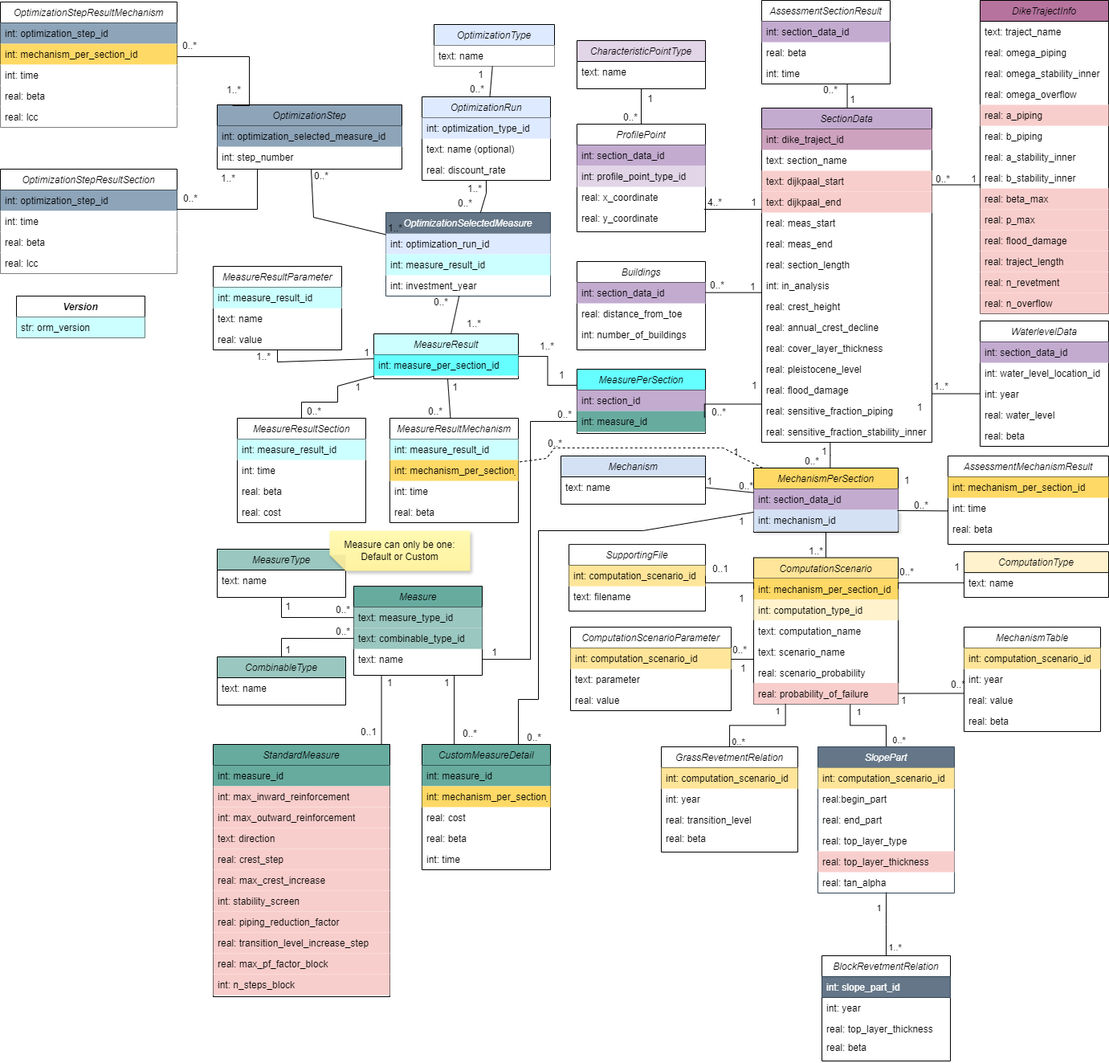
Above: docs/db_diagram/vrtool_sql_input.drawio.png in Deltares/Veiligheidsrendement (draw.io), before the change. Source tidied: cells renumbered, new cells last; positions are measured from the earlier drawing's top-left corner, leaving out a move shared by most shapes.
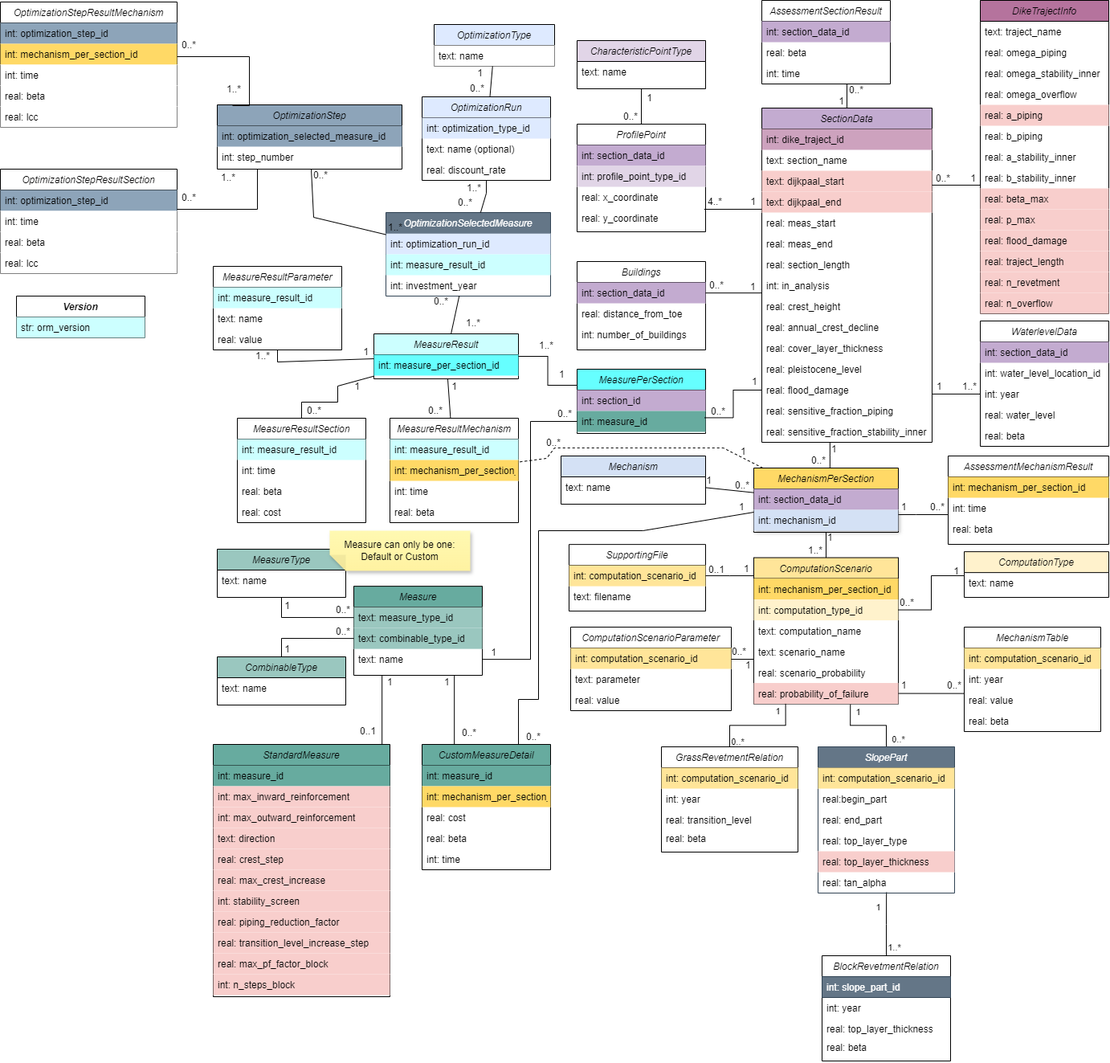
After the change.

Change to the diagram source:
```diff
@@ -176,12 +176,12 @@
     <mxCell id="59" value="real: probability_of_failure" style="text;align=left;verticalAlign=top;spacingLeft=4;spacingRight=4;overflow=hidden;points=[[0,0.5],[1,0.5]];portConstraint=eastwest;rounded=0;shadow=0;html=0;fillColor=#F8CECC;" parent="53" vertex="1">
       <mxGeometry y="156" width="180" height="26" as="geometry" />
     </mxCell>
-    <mxCell id="60" style="endArrow=none;html=1;rounded=0;entryX=0.992;entryY=0.324;entryDx=0;entryDy=0;exitX=0;exitY=0.5;exitDx=0;exitDy=0;entryPerimeter=0;edgeStyle=elbowEdgeStyle;elbow=vertical;" parent="1" edge="1" source="15" target="41">
+    <mxCell id="60" style="endArrow=none;html=1;rounded=0;entryX=0.992;entryY=0.324;entryDx=0;entryDy=0;exitX=0;exitY=0.5;exitDx=0;exitDy=0;entryPerimeter=0;edgeStyle=elbowEdgeStyle;" parent="1" edge="1" source="15" target="41">
       <mxGeometry relative="1" as="geometry" />
     </mxCell>
     <mxCell id="61" value="1" style="html=1;whiteSpace=wrap;align=left;verticalAlign=bottom;" parent="60" vertex="1">
       <mxGeometry x="-1" relative="1" as="geometry">
-        <mxPoint x="-14" y="3" as="offset" />
+        <mxPoint x="-14" y="-1" as="offset" />
       </mxGeometry>
     </mxCell>
     <mxCell id="62" value="0..*" style="html=1;whiteSpace=wrap;align=right;verticalAlign=bottom;" parent="60" vertex="1">
@@ -207,7 +207,7 @@
     </mxCell>
     <mxCell id="67" value="1" style="html=1;whiteSpace=wrap;align=left;verticalAlign=bottom;" parent="66" vertex="1">
       <mxGeometry x="-1" relative="1" as="geometry">
-        <mxPoint x="112" y="-147" as="offset" />
+        <mxPoint x="136" y="-172" as="offset" />
       </mxGeometry>
     </mxCell>
     <mxCell id="68" value="1..*" style="html=1;whiteSpace=wrap;align=right;verticalAlign=bottom;fillColor=none;" parent="66" vertex="1">
@@ -238,12 +238,12 @@
     </mxCell>
     <mxCell id="73" value="1" style="html=1;whiteSpace=wrap;align=left;verticalAlign=bottom;" parent="72" vertex="1">
       <mxGeometry x="-1" relative="1" as="geometry">
-        <mxPoint x="2" y="17" as="offset" />
+        <mxPoint x="2" y="-1" as="offset" />
       </mxGeometry>
     </mxCell>
     <mxCell id="74" value="0..*" style="html=1;whiteSpace=wrap;align=right;verticalAlign=bottom;" parent="72" vertex="1">
       <mxGeometry x="1" relative="1" as="geometry">
-        <mxPoint x="3" y="-3" as="offset" />
+        <mxPoint x="-1" y="-1" as="offset" />
       </mxGeometry>
     </mxCell>
     <mxCell id="75" value="Mechanism" style="swimlane;fontStyle=2;align=center;verticalAlign=top;horizontal=1;startSize=26;rounded=0;shadow=0;strokeWidth=1;fillColor=#D4E1F5;" parent="1" vertex="1">
@@ -263,7 +263,7 @@
     </mxCell>
     <mxCell id="80" value="0..*" style="html=1;whiteSpace=wrap;align=left;verticalAlign=bottom;" parent="79" vertex="1">
       <mxGeometry x="-1" relative="1" as="geometry">
-        <mxPoint x="-20" as="offset" />
+        <mxPoint x="-25" as="offset" />
       </mxGeometry>
     </mxCell>
     <mxCell id="81" value="1" style="html=1;whiteSpace=wrap;align=right;verticalAlign=bottom;" parent="79" vertex="1">
@@ -303,17 +303,15 @@
     <mxCell id="89" value="text: name" style="text;align=left;verticalAlign=top;spacingLeft=4;spacingRight=4;overflow=hidden;points=[[0,0.5],[1,0.5]];portConstraint=eastwest;rounded=0;shadow=0;html=0;" parent="88" vertex="1">
       <mxGeometry y="26" width="180" height="26" as="geometry" />
     </mxCell>
-    <mxCell id="90" style="endArrow=none;html=1;rounded=0;exitX=1;exitY=0.5;exitDx=0;exitDy=0;entryX=0;entryY=0.15;entryDx=0;entryDy=0;entryPerimeter=0;edgeStyle=elbowEdgeStyle;elbow=vertical;" parent="1" edge="1" source="54" target="89">
+    <mxCell id="90" style="endArrow=none;html=1;rounded=0;entryX=0;entryY=0.15;entryDx=0;entryDy=0;entryPerimeter=0;edgeStyle=elbowEdgeStyle;" parent="1" edge="1" source="55" target="89">
       <mxGeometry relative="1" as="geometry" />
     </mxCell>
     <mxCell id="91" value="0..*" style="html=1;whiteSpace=wrap;align=left;verticalAlign=bottom;" parent="90" vertex="1">
-      <mxGeometry x="-1" relative="1" as="geometry">
-        <mxPoint y="-13" as="offset" />
-      </mxGeometry>
+      <mxGeometry x="-1" relative="1" as="geometry" />
     </mxCell>
     <mxCell id="92" value="1" style="html=1;whiteSpace=wrap;align=right;verticalAlign=bottom;" parent="90" vertex="1">
       <mxGeometry x="1" relative="1" as="geometry">
-        <mxPoint x="-4" y="-2" as="offset" />
+        <mxPoint x="-4" y="4" as="offset" />
       </mxGeometry>
     </mxCell>
     <mxCell id="93" style="endArrow=none;html=1;rounded=0;edgeStyle=elbowEdgeStyle;" parent="1" edge="1" source="2" target="36">
@@ -321,12 +319,12 @@
     </mxCell>
     <mxCell id="94" value="1" style="html=1;whiteSpace=wrap;align=left;verticalAlign=bottom;" parent="93" vertex="1">
       <mxGeometry x="-1" relative="1" as="geometry">
-        <mxPoint x="-12" y="20" as="offset" />
+        <mxPoint y="18" as="offset" />
       </mxGeometry>
     </mxCell>
     <mxCell id="95" value="0..*" style="html=1;whiteSpace=wrap;align=right;verticalAlign=bottom;" parent="93" vertex="1">
       <mxGeometry x="1" relative="1" as="geometry">
-        <mxPoint x="-13" as="offset" />
+        <mxPoint x="-3" as="offset" />
       </mxGeometry>
     </mxCell>
     <mxCell id="96" value="StandardMeasure" style="swimlane;fontStyle=2;align=center;verticalAlign=top;horizontal=1;startSize=26;rounded=0;shadow=0;strokeWidth=1;fillColor=#67AB9F;" parent="1" vertex="1">
@@ -401,7 +399,7 @@
     </mxCell>
     <mxCell id="117" value="1" style="html=1;whiteSpace=wrap;align=left;verticalAlign=bottom;" parent="116" vertex="1">
       <mxGeometry x="-1" relative="1" as="geometry">
-        <mxPoint x="-20" y="20" as="offset" />
+        <mxPoint x="-20" y="3" as="offset" />
       </mxGeometry>
     </mxCell>
     <mxCell id="118" value="0..*" style="html=1;whiteSpace=wrap;align=right;verticalAlign=bottom;" parent="116" vertex="1">
@@ -545,17 +543,17 @@
     <mxCell id="154" value="text: filename" style="text;align=left;verticalAlign=top;spacingLeft=4;spacingRight=4;overflow=hidden;rounded=0;shadow=0;html=0;" parent="152" vertex="1">
       <mxGeometry y="52" width="170" height="26" as="geometry" />
     </mxCell>
-    <mxCell id="155" style="endArrow=none;html=1;rounded=0;entryX=1;entryY=0.5;entryDx=0;entryDy=0;exitX=0;exitY=0.5;exitDx=0;exitDy=0;edgeStyle=elbowEdgeStyle;elbow=vertical;" parent="1" edge="1" source="54" target="153">
+    <mxCell id="155" style="endArrow=none;html=1;rounded=0;edgeStyle=elbowEdgeStyle;elbow=vertical;" parent="1" edge="1" source="53" target="153">
       <mxGeometry relative="1" as="geometry" />
     </mxCell>
     <mxCell id="156" value="1" style="html=1;whiteSpace=wrap;align=left;verticalAlign=bottom;" parent="155" vertex="1">
       <mxGeometry x="-1" relative="1" as="geometry">
-        <mxPoint x="-20" y="20" as="offset" />
+        <mxPoint x="-14" y="1" as="offset" />
       </mxGeometry>
     </mxCell>
     <mxCell id="157" value="0..1" style="html=1;whiteSpace=wrap;align=right;verticalAlign=bottom;" parent="155" vertex="1">
       <mxGeometry x="1" relative="1" as="geometry">
-        <mxPoint x="30" as="offset" />
+        <mxPoint x="26" y="2" as="offset" />
       </mxGeometry>
     </mxCell>
     <mxCell id="158" style="edgeStyle=orthogonalEdgeStyle;rounded=0;jettySize=auto;html=1;entryX=0.501;entryY=0.962;entryDx=0;entryDy=0;entryPerimeter=0;endArrow=none;endFill=0;" parent="1" edge="1" source="161" target="175">
@@ -652,7 +650,9 @@
       <mxGeometry relative="1" as="geometry" />
     </mxCell>
     <mxCell id="185" value="1..*" style="html=1;whiteSpace=wrap;align=right;verticalAlign=bottom;fillColor=none;" parent="1" vertex="1">
-      <mxGeometry x="1182" y="489" as="geometry" />
+      <mxGeometry x="1190" y="489" as="geometry">
+        <mxPoint x="28" y="1" as="offset" />
+      </mxGeometry>
     </mxCell>
     <mxCell id="186" style="edgeStyle=orthogonalEdgeStyle;rounded=0;jettySize=auto;html=1;endArrow=none;endFill=0;" parent="1" edge="1" source="49">
       <mxGeometry relative="1" as="geometry">
@@ -664,12 +664,12 @@
       </mxGeometry>
     </mxCell>
     <mxCell id="187" value="1" style="html=1;whiteSpace=wrap;align=left;verticalAlign=bottom;" parent="1" vertex="1">
-      <mxGeometry x="918" y="841" as="geometry">
+      <mxGeometry x="924" y="838" as="geometry">
         <mxPoint x="2" y="-1" as="offset" />
       </mxGeometry>
     </mxCell>
     <mxCell id="188" value="0..*" style="html=1;whiteSpace=wrap;align=right;verticalAlign=bottom;" parent="1" vertex="1">
-      <mxGeometry x="930" y="824" as="geometry">
+      <mxGeometry x="930" y="827" as="geometry">
         <mxPoint x="1" y="-7" as="offset" />
       </mxGeometry>
     </mxCell>
@@ -690,7 +690,7 @@
     </mxCell>
     <mxCell id="194" value="1" style="html=1;whiteSpace=wrap;align=right;verticalAlign=bottom;direction=south;" parent="193" vertex="1">
       <mxGeometry x="1" relative="1" as="geometry">
-        <mxPoint x="12" y="-2" as="offset" />
+        <mxPoint x="-1" y="1" as="offset" />
       </mxGeometry>
     </mxCell>
     <mxCell id="195" value="AssessmentMechanismResult" style="swimlane;fontStyle=2;align=center;verticalAlign=top;horizontal=1;startSize=26;rounded=0;shadow=0;strokeWidth=1;" parent="1" vertex="1">
@@ -705,19 +705,18 @@
     <mxCell id="198" value="real: beta" style="text;align=left;verticalAlign=top;spacingLeft=4;spacingRight=4;overflow=hidden;rounded=0;shadow=0;html=0;" parent="195" vertex="1">
       <mxGeometry y="78" width="200" height="26" as="geometry" />
     </mxCell>
-    <mxCell id="199" style="jettySize=auto;html=1;rounded=0;strokeColor=default;endArrow=none;endFill=0;exitX=0.994;exitY=1.038;exitDx=0;exitDy=0;exitPerimeter=0;edgeStyle=elbowEdgeStyle;elbow=vertical;" parent="1" edge="1" source="37" target="195">
-      <mxGeometry relative="1" as="geometry" />
+    <mxCell id="199" style="jettySize=auto;html=1;rounded=0;strokeColor=default;endArrow=none;endFill=0;edgeStyle=elbowEdgeStyle;elbow=vertical;" parent="1" edge="1" source="36" target="195">
+      <mxGeometry relative="1" as="geometry">
+        <Array as="points">
+          <mxPoint x="1140" y="640" />
+        </Array>
+      </mxGeometry>
     </mxCell>
-    <mxCell id="200" value="1" style="html=1;whiteSpace=wrap;align=left;verticalAlign=bottom;" parent="1" vertex="1">
-      <mxGeometry x="1122" y="506" as="geometry">
-        <mxPoint x="2" y="100" as="offset" />
-      </mxGeometry>
-    </mxCell>
     <mxCell id="201" value="0..*" style="html=1;whiteSpace=wrap;align=left;verticalAlign=bottom;" parent="1" vertex="1">
-      <mxGeometry x="1023" y="120" as="geometry" />
+      <mxGeometry x="1055" y="121" as="geometry" />
     </mxCell>
     <mxCell id="202" value="0..*" style="html=1;whiteSpace=wrap;align=left;verticalAlign=bottom;" parent="1" vertex="1">
-      <mxGeometry x="990" y="190" as="geometry">
+      <mxGeometry x="1010" y="193" as="geometry">
         <mxPoint x="146" y="447" as="offset" />
       </mxGeometry>
     </mxCell>
@@ -941,7 +940,7 @@
     </mxCell>
     <mxCell id="257" value="1" style="html=1;whiteSpace=wrap;align=left;verticalAlign=bottom;" parent="256" vertex="1">
       <mxGeometry x="-1" relative="1" as="geometry">
-        <mxPoint x="-38" y="-11" as="offset" />
+        <mxPoint x="-29" y="-11" as="offset" />
       </mxGeometry>
     </mxCell>
     <mxCell id="258" value="0..*" style="html=1;whiteSpace=wrap;align=right;verticalAlign=bottom;" parent="256" vertex="1">
@@ -1022,5 +1021,11 @@
     <mxCell id="277" value="str: orm_version" style="text;align=left;verticalAlign=top;spacingLeft=4;spacingRight=4;overflow=hidden;rounded=0;shadow=0;html=0;fillColor=#CCFFFF;" parent="276" vertex="1">
       <mxGeometry y="26" width="160" height="26" as="geometry" />
     </mxCell>
+    <mxCell id="278" value="1" style="html=1;whiteSpace=wrap;align=left;verticalAlign=bottom;direction=south;" parent="1" vertex="1">
+      <mxGeometry x="1120" y="640" as="geometry" />
+    </mxCell>
+    <mxCell id="279" value="1" style="html=1;whiteSpace=wrap;align=left;verticalAlign=bottom;direction=south;" parent="1" vertex="1">
+      <mxGeometry x="1028" y="677.1" as="geometry" />
+    </mxCell>
   </root>
 </mxGraphModel>
```
